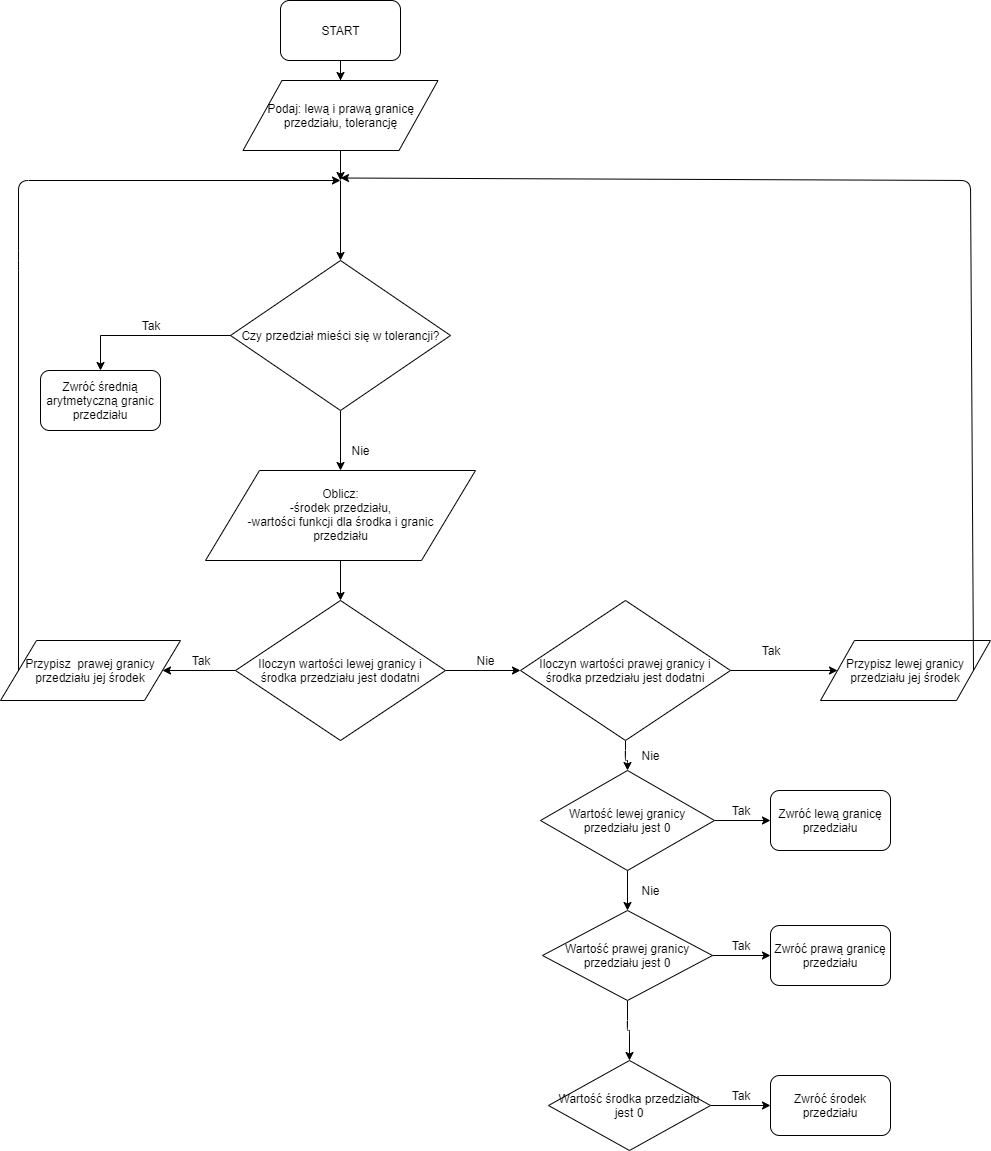
finloop/biselect keeps this draw.io diagram as Bisekcja.png. Above is the earlier version. Source tidied: cells renumbered, new cells last; positions are measured from the earlier drawing's top-left corner, leaving out a move shared by most shapes. Its diagram source:
```xml
<mxGraphModel>
  <root>
    <mxCell id="0" />
    <mxCell id="1" parent="0" />
    <mxCell id="2" style="edgeStyle=orthogonalEdgeStyle;rounded=0;jettySize=auto;html=1;" parent="1" edge="1" source="3" target="9">
      <mxGeometry relative="1" as="geometry" />
    </mxCell>
    <mxCell id="3" value="Czy przedział mieści się w tolerancji?&lt;br&gt;" style="rhombus;whiteSpace=wrap;html=1;" parent="1" vertex="1">
      <mxGeometry x="230" y="260" width="220" height="150" as="geometry" />
    </mxCell>
    <mxCell id="4" style="edgeStyle=orthogonalEdgeStyle;rounded=0;jettySize=auto;html=1;exitX=0;exitY=0.5;exitDx=0;exitDy=0;entryX=0.5;entryY=0;entryDx=0;entryDy=0;" parent="1" edge="1" source="3" target="6">
      <mxGeometry relative="1" as="geometry">
        <Array as="points">
          <mxPoint x="100" y="335" />
        </Array>
      </mxGeometry>
    </mxCell>
    <mxCell id="5" value="Tak" style="text;html=1;strokeColor=none;fillColor=none;align=center;verticalAlign=middle;whiteSpace=wrap;rounded=0;" parent="1" vertex="1">
      <mxGeometry x="130" y="315" width="40" height="20" as="geometry" />
    </mxCell>
    <mxCell id="6" value="Zwróć średnią arytmetyczną granic przedziału" style="rounded=1;whiteSpace=wrap;html=1;" parent="1" vertex="1">
      <mxGeometry x="40" y="370" width="120" height="60" as="geometry" />
    </mxCell>
    <mxCell id="7" value="Nie&lt;br&gt;" style="text;html=1;strokeColor=none;fillColor=none;align=center;verticalAlign=middle;whiteSpace=wrap;rounded=0;" parent="1" vertex="1">
      <mxGeometry x="340" y="440" width="40" height="20" as="geometry" />
    </mxCell>
    <mxCell id="8" style="edgeStyle=orthogonalEdgeStyle;rounded=0;jettySize=auto;html=1;" parent="1" edge="1" source="9" target="12">
      <mxGeometry relative="1" as="geometry" />
    </mxCell>
    <mxCell id="9" value="Oblicz:&lt;br&gt;-środek przedziału,&lt;br&gt;-wartości funkcji dla środka i granic &lt;br&gt;przedziału" style="shape=parallelogram;perimeter=parallelogramPerimeter;whiteSpace=wrap;html=1;" parent="1" vertex="1">
      <mxGeometry x="205" y="470" width="270" height="90" as="geometry" />
    </mxCell>
    <mxCell id="10" style="edgeStyle=orthogonalEdgeStyle;rounded=0;jettySize=auto;html=1;entryX=1;entryY=0.5;entryDx=0;entryDy=0;" parent="1" edge="1" source="12" target="19">
      <mxGeometry relative="1" as="geometry" />
    </mxCell>
    <mxCell id="11" style="edgeStyle=orthogonalEdgeStyle;rounded=0;jettySize=auto;html=1;" parent="1" edge="1" source="12" target="15">
      <mxGeometry relative="1" as="geometry" />
    </mxCell>
    <mxCell id="12" value="Iloczyn wartości lewej granicy i &lt;br&gt;środka przedziału jest dodatni" style="rhombus;whiteSpace=wrap;html=1;" parent="1" vertex="1">
      <mxGeometry x="235" y="600" width="210" height="140" as="geometry" />
    </mxCell>
    <mxCell id="13" style="edgeStyle=orthogonalEdgeStyle;jettySize=auto;html=1;entryX=0;entryY=0.5;entryDx=0;entryDy=0;rounded=1;jumpSize=2;" parent="1" edge="1" source="15" target="20">
      <mxGeometry relative="1" as="geometry" />
    </mxCell>
    <mxCell id="14" style="edgeStyle=orthogonalEdgeStyle;rounded=1;jumpSize=2;jettySize=auto;html=1;entryX=0.5;entryY=0;entryDx=0;entryDy=0;" parent="1" edge="1" source="15" target="26">
      <mxGeometry relative="1" as="geometry" />
    </mxCell>
    <mxCell id="15" value="Iloczyn wartości prawej granicy i &lt;br&gt;środka przedziału jest dodatni" style="rhombus;whiteSpace=wrap;html=1;" parent="1" vertex="1">
      <mxGeometry x="520" y="600" width="210" height="140" as="geometry" />
    </mxCell>
    <mxCell id="16" value="Tak" style="text;html=1;strokeColor=none;fillColor=none;align=center;verticalAlign=middle;whiteSpace=wrap;rounded=0;" parent="1" vertex="1">
      <mxGeometry x="180" y="650" width="40" height="20" as="geometry" />
    </mxCell>
    <mxCell id="17" value="Nie" style="text;html=1;strokeColor=none;fillColor=none;align=center;verticalAlign=middle;whiteSpace=wrap;rounded=0;" parent="1" vertex="1">
      <mxGeometry x="465" y="650" width="40" height="20" as="geometry" />
    </mxCell>
    <mxCell id="18" value="Tak&lt;br&gt;" style="text;html=1;strokeColor=none;fillColor=none;align=center;verticalAlign=middle;whiteSpace=wrap;rounded=0;" parent="1" vertex="1">
      <mxGeometry x="750" y="640" width="40" height="20" as="geometry" />
    </mxCell>
    <mxCell id="19" value="Przypisz&amp;nbsp; prawej granicy przedziału jej środek" style="shape=parallelogram;perimeter=parallelogramPerimeter;whiteSpace=wrap;html=1;" parent="1" vertex="1">
      <mxGeometry y="640" width="180" height="60" as="geometry" />
    </mxCell>
    <mxCell id="20" value="&lt;span style=&quot;white-space: normal&quot;&gt;Przypisz lewej granicy przedziału jej środek&lt;/span&gt;" style="shape=parallelogram;perimeter=parallelogramPerimeter;whiteSpace=wrap;html=1;" parent="1" vertex="1">
      <mxGeometry x="820" y="640" width="170" height="60" as="geometry" />
    </mxCell>
    <mxCell id="21" style="endArrow=classic;html=1;exitX=0;exitY=0.5;exitDx=0;exitDy=0;" parent="1" edge="1" source="19">
      <mxGeometry relative="1" as="geometry">
        <mxPoint x="340" y="180" as="targetPoint" />
        <Array as="points">
          <mxPoint x="18" y="260" />
          <mxPoint x="18" y="180" />
        </Array>
      </mxGeometry>
    </mxCell>
    <mxCell id="22" style="endArrow=classic;html=1;entryX=0.5;entryY=0;entryDx=0;entryDy=0;" parent="1" edge="1" target="3">
      <mxGeometry relative="1" as="geometry">
        <mxPoint x="340" y="180" as="sourcePoint" />
      </mxGeometry>
    </mxCell>
    <mxCell id="23" style="endArrow=classic;html=1;exitX=1;exitY=0.5;exitDx=0;exitDy=0;" parent="1" edge="1" source="20">
      <mxGeometry relative="1" as="geometry">
        <mxPoint x="340" y="177.5" as="targetPoint" />
        <Array as="points">
          <mxPoint x="970" y="180" />
        </Array>
      </mxGeometry>
    </mxCell>
    <mxCell id="24" style="edgeStyle=orthogonalEdgeStyle;rounded=1;jumpSize=2;jettySize=auto;html=1;entryX=0;entryY=0.5;entryDx=0;entryDy=0;" parent="1" edge="1" source="26" target="27">
      <mxGeometry relative="1" as="geometry" />
    </mxCell>
    <mxCell id="25" style="edgeStyle=orthogonalEdgeStyle;rounded=1;jumpSize=2;jettySize=auto;html=1;entryX=0.5;entryY=0;entryDx=0;entryDy=0;" parent="1" edge="1" source="26" target="31">
      <mxGeometry relative="1" as="geometry" />
    </mxCell>
    <mxCell id="26" value="Wartość lewej granicy przedziału jest 0" style="rhombus;whiteSpace=wrap;html=1;" parent="1" vertex="1">
      <mxGeometry x="540" y="770" width="174" height="100" as="geometry" />
    </mxCell>
    <mxCell id="27" value="Zwróć lewą granicę przedziału" style="rounded=1;whiteSpace=wrap;html=1;" parent="1" vertex="1">
      <mxGeometry x="770" y="790" width="120" height="60" as="geometry" />
    </mxCell>
    <mxCell id="28" value="Tak" style="text;html=1;strokeColor=none;fillColor=none;align=center;verticalAlign=middle;whiteSpace=wrap;rounded=0;" parent="1" vertex="1">
      <mxGeometry x="720" y="800" width="40" height="20" as="geometry" />
    </mxCell>
    <mxCell id="29" style="edgeStyle=orthogonalEdgeStyle;rounded=1;jumpSize=2;jettySize=auto;html=1;" parent="1" edge="1" source="31" target="33">
      <mxGeometry relative="1" as="geometry" />
    </mxCell>
    <mxCell id="30" style="edgeStyle=orthogonalEdgeStyle;rounded=1;jumpSize=2;jettySize=auto;html=1;entryX=0;entryY=0.5;entryDx=0;entryDy=0;" parent="1" edge="1" source="31" target="36">
      <mxGeometry relative="1" as="geometry" />
    </mxCell>
    <mxCell id="31" value="&lt;span style=&quot;white-space: normal&quot;&gt;Wartość prawej granicy przedziału jest 0&lt;/span&gt;" style="rhombus;whiteSpace=wrap;html=1;" parent="1" vertex="1">
      <mxGeometry x="542" y="910" width="170" height="90" as="geometry" />
    </mxCell>
    <mxCell id="32" style="edgeStyle=orthogonalEdgeStyle;rounded=1;jumpSize=2;jettySize=auto;html=1;" parent="1" edge="1" source="33" target="37">
      <mxGeometry relative="1" as="geometry" />
    </mxCell>
    <mxCell id="33" value="&lt;span style=&quot;white-space: normal&quot;&gt;Wartość środka przedziału jest 0&lt;/span&gt;" style="rhombus;whiteSpace=wrap;html=1;" parent="1" vertex="1">
      <mxGeometry x="548" y="1060" width="162" height="90" as="geometry" />
    </mxCell>
    <mxCell id="34" value="Nie" style="text;html=1;strokeColor=none;fillColor=none;align=center;verticalAlign=middle;whiteSpace=wrap;rounded=0;" parent="1" vertex="1">
      <mxGeometry x="630" y="880" width="40" height="20" as="geometry" />
    </mxCell>
    <mxCell id="35" value="Nie" style="text;html=1;strokeColor=none;fillColor=none;align=center;verticalAlign=middle;whiteSpace=wrap;rounded=0;" parent="1" vertex="1">
      <mxGeometry x="630" y="745" width="40" height="20" as="geometry" />
    </mxCell>
    <mxCell id="36" value="Zwróć prawą granicę przedziału" style="rounded=1;whiteSpace=wrap;html=1;" parent="1" vertex="1">
      <mxGeometry x="770" y="925" width="120" height="60" as="geometry" />
    </mxCell>
    <mxCell id="37" value="Zwróć środek przedziału" style="rounded=1;whiteSpace=wrap;html=1;" parent="1" vertex="1">
      <mxGeometry x="770" y="1075" width="120" height="60" as="geometry" />
    </mxCell>
    <mxCell id="38" value="Tak" style="text;html=1;strokeColor=none;fillColor=none;align=center;verticalAlign=middle;whiteSpace=wrap;rounded=0;" parent="1" vertex="1">
      <mxGeometry x="720" y="935" width="40" height="20" as="geometry" />
    </mxCell>
    <mxCell id="39" value="Tak" style="text;html=1;strokeColor=none;fillColor=none;align=center;verticalAlign=middle;whiteSpace=wrap;rounded=0;" parent="1" vertex="1">
      <mxGeometry x="720" y="1085" width="40" height="20" as="geometry" />
    </mxCell>
    <mxCell id="40" style="edgeStyle=orthogonalEdgeStyle;rounded=0;jettySize=auto;html=1;entryX=0.5;entryY=0;entryDx=0;entryDy=0;" parent="1" edge="1" source="41" target="43">
      <mxGeometry relative="1" as="geometry" />
    </mxCell>
    <mxCell id="41" value="START" style="rounded=1;whiteSpace=wrap;html=1;" parent="1" vertex="1">
      <mxGeometry x="280" width="120" height="60" as="geometry" />
    </mxCell>
    <mxCell id="42" style="edgeStyle=orthogonalEdgeStyle;rounded=0;jettySize=auto;html=1;" parent="1" edge="1" source="43">
      <mxGeometry relative="1" as="geometry">
        <mxPoint x="340" y="180" as="targetPoint" />
      </mxGeometry>
    </mxCell>
    <mxCell id="43" value="Podaj: lewą i prawą granicę przedziału, tolerancję" style="shape=parallelogram;perimeter=parallelogramPerimeter;whiteSpace=wrap;html=1;" parent="1" vertex="1">
      <mxGeometry x="242.5" y="80" width="195" height="70" as="geometry" />
    </mxCell>
  </root>
</mxGraphModel>
```
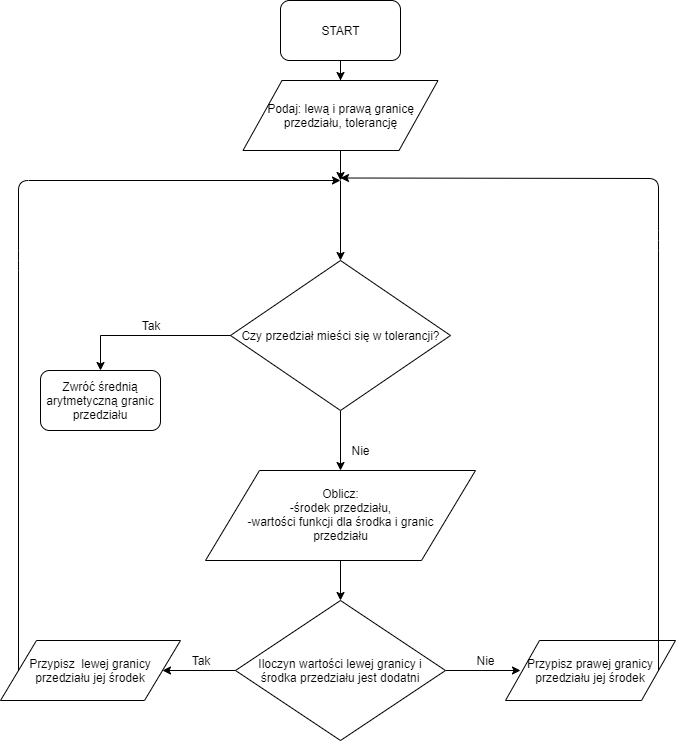
After the commit.

What changed in the source:
```diff
@@ -33,35 +33,25 @@
     <mxCell id="10" style="edgeStyle=orthogonalEdgeStyle;rounded=0;jettySize=auto;html=1;entryX=1;entryY=0.5;entryDx=0;entryDy=0;" parent="1" edge="1" source="12" target="19">
       <mxGeometry relative="1" as="geometry" />
     </mxCell>
-    <mxCell id="11" style="edgeStyle=orthogonalEdgeStyle;rounded=0;jettySize=auto;html=1;" parent="1" edge="1" source="12" target="15">
-      <mxGeometry relative="1" as="geometry" />
+    <mxCell id="11" style="edgeStyle=orthogonalEdgeStyle;rounded=0;jettySize=auto;html=1;" parent="1" edge="1" source="12">
+      <mxGeometry relative="1" as="geometry">
+        <mxPoint x="520" y="670" as="targetPoint" />
+      </mxGeometry>
     </mxCell>
     <mxCell id="12" value="Iloczyn wartości lewej granicy i &lt;br&gt;środka przedziału jest dodatni" style="rhombus;whiteSpace=wrap;html=1;" parent="1" vertex="1">
       <mxGeometry x="235" y="600" width="210" height="140" as="geometry" />
     </mxCell>
-    <mxCell id="13" style="edgeStyle=orthogonalEdgeStyle;jettySize=auto;html=1;entryX=0;entryY=0.5;entryDx=0;entryDy=0;rounded=1;jumpSize=2;" parent="1" edge="1" source="15" target="20">
-      <mxGeometry relative="1" as="geometry" />
-    </mxCell>
-    <mxCell id="14" style="edgeStyle=orthogonalEdgeStyle;rounded=1;jumpSize=2;jettySize=auto;html=1;entryX=0.5;entryY=0;entryDx=0;entryDy=0;" parent="1" edge="1" source="15" target="26">
-      <mxGeometry relative="1" as="geometry" />
-    </mxCell>
-    <mxCell id="15" value="Iloczyn wartości prawej granicy i &lt;br&gt;środka przedziału jest dodatni" style="rhombus;whiteSpace=wrap;html=1;" parent="1" vertex="1">
-      <mxGeometry x="520" y="600" width="210" height="140" as="geometry" />
-    </mxCell>
     <mxCell id="16" value="Tak" style="text;html=1;strokeColor=none;fillColor=none;align=center;verticalAlign=middle;whiteSpace=wrap;rounded=0;" parent="1" vertex="1">
       <mxGeometry x="180" y="650" width="40" height="20" as="geometry" />
     </mxCell>
     <mxCell id="17" value="Nie" style="text;html=1;strokeColor=none;fillColor=none;align=center;verticalAlign=middle;whiteSpace=wrap;rounded=0;" parent="1" vertex="1">
       <mxGeometry x="465" y="650" width="40" height="20" as="geometry" />
     </mxCell>
-    <mxCell id="18" value="Tak&lt;br&gt;" style="text;html=1;strokeColor=none;fillColor=none;align=center;verticalAlign=middle;whiteSpace=wrap;rounded=0;" parent="1" vertex="1">
-      <mxGeometry x="750" y="640" width="40" height="20" as="geometry" />
-    </mxCell>
-    <mxCell id="19" value="Przypisz&amp;nbsp; prawej granicy przedziału jej środek" style="shape=parallelogram;perimeter=parallelogramPerimeter;whiteSpace=wrap;html=1;" parent="1" vertex="1">
+    <mxCell id="19" value="Przypisz&amp;nbsp; lewej granicy przedziału jej środek" style="shape=parallelogram;perimeter=parallelogramPerimeter;whiteSpace=wrap;html=1;" parent="1" vertex="1">
       <mxGeometry y="640" width="180" height="60" as="geometry" />
     </mxCell>
-    <mxCell id="20" value="&lt;span style=&quot;white-space: normal&quot;&gt;Przypisz lewej granicy przedziału jej środek&lt;/span&gt;" style="shape=parallelogram;perimeter=parallelogramPerimeter;whiteSpace=wrap;html=1;" parent="1" vertex="1">
-      <mxGeometry x="820" y="640" width="170" height="60" as="geometry" />
+    <mxCell id="20" value="&lt;span style=&quot;white-space: normal&quot;&gt;Przypisz prawej granicy przedziału jej środek&lt;/span&gt;" style="shape=parallelogram;perimeter=parallelogramPerimeter;whiteSpace=wrap;html=1;" parent="1" vertex="1">
+      <mxGeometry x="505" y="640" width="170" height="60" as="geometry" />
     </mxCell>
     <mxCell id="21" style="endArrow=classic;html=1;exitX=0;exitY=0.5;exitDx=0;exitDy=0;" parent="1" edge="1" source="19">
       <mxGeometry relative="1" as="geometry">
@@ -81,58 +71,11 @@
       <mxGeometry relative="1" as="geometry">
         <mxPoint x="340" y="177.5" as="targetPoint" />
         <Array as="points">
-          <mxPoint x="970" y="180" />
+          <mxPoint x="658" y="240" />
+          <mxPoint x="658" y="178" />
         </Array>
       </mxGeometry>
     </mxCell>
-    <mxCell id="24" style="edgeStyle=orthogonalEdgeStyle;rounded=1;jumpSize=2;jettySize=auto;html=1;entryX=0;entryY=0.5;entryDx=0;entryDy=0;" parent="1" edge="1" source="26" target="27">
-      <mxGeometry relative="1" as="geometry" />
-    </mxCell>
-    <mxCell id="25" style="edgeStyle=orthogonalEdgeStyle;rounded=1;jumpSize=2;jettySize=auto;html=1;entryX=0.5;entryY=0;entryDx=0;entryDy=0;" parent="1" edge="1" source="26" target="31">
-      <mxGeometry relative="1" as="geometry" />
-    </mxCell>
-    <mxCell id="26" value="Wartość lewej granicy przedziału jest 0" style="rhombus;whiteSpace=wrap;html=1;" parent="1" vertex="1">
-      <mxGeometry x="540" y="770" width="174" height="100" as="geometry" />
-    </mxCell>
-    <mxCell id="27" value="Zwróć lewą granicę przedziału" style="rounded=1;whiteSpace=wrap;html=1;" parent="1" vertex="1">
-      <mxGeometry x="770" y="790" width="120" height="60" as="geometry" />
-    </mxCell>
-    <mxCell id="28" value="Tak" style="text;html=1;strokeColor=none;fillColor=none;align=center;verticalAlign=middle;whiteSpace=wrap;rounded=0;" parent="1" vertex="1">
-      <mxGeometry x="720" y="800" width="40" height="20" as="geometry" />
-    </mxCell>
-    <mxCell id="29" style="edgeStyle=orthogonalEdgeStyle;rounded=1;jumpSize=2;jettySize=auto;html=1;" parent="1" edge="1" source="31" target="33">
-      <mxGeometry relative="1" as="geometry" />
-    </mxCell>
-    <mxCell id="30" style="edgeStyle=orthogonalEdgeStyle;rounded=1;jumpSize=2;jettySize=auto;html=1;entryX=0;entryY=0.5;entryDx=0;entryDy=0;" parent="1" edge="1" source="31" target="36">
-      <mxGeometry relative="1" as="geometry" />
-    </mxCell>
-    <mxCell id="31" value="&lt;span style=&quot;white-space: normal&quot;&gt;Wartość prawej granicy przedziału jest 0&lt;/span&gt;" style="rhombus;whiteSpace=wrap;html=1;" parent="1" vertex="1">
-      <mxGeometry x="542" y="910" width="170" height="90" as="geometry" />
-    </mxCell>
-    <mxCell id="32" style="edgeStyle=orthogonalEdgeStyle;rounded=1;jumpSize=2;jettySize=auto;html=1;" parent="1" edge="1" source="33" target="37">
-      <mxGeometry relative="1" as="geometry" />
-    </mxCell>
-    <mxCell id="33" value="&lt;span style=&quot;white-space: normal&quot;&gt;Wartość środka przedziału jest 0&lt;/span&gt;" style="rhombus;whiteSpace=wrap;html=1;" parent="1" vertex="1">
-      <mxGeometry x="548" y="1060" width="162" height="90" as="geometry" />
-    </mxCell>
-    <mxCell id="34" value="Nie" style="text;html=1;strokeColor=none;fillColor=none;align=center;verticalAlign=middle;whiteSpace=wrap;rounded=0;" parent="1" vertex="1">
-      <mxGeometry x="630" y="880" width="40" height="20" as="geometry" />
-    </mxCell>
-    <mxCell id="35" value="Nie" style="text;html=1;strokeColor=none;fillColor=none;align=center;verticalAlign=middle;whiteSpace=wrap;rounded=0;" parent="1" vertex="1">
-      <mxGeometry x="630" y="745" width="40" height="20" as="geometry" />
-    </mxCell>
-    <mxCell id="36" value="Zwróć prawą granicę przedziału" style="rounded=1;whiteSpace=wrap;html=1;" parent="1" vertex="1">
-      <mxGeometry x="770" y="925" width="120" height="60" as="geometry" />
-    </mxCell>
-    <mxCell id="37" value="Zwróć środek przedziału" style="rounded=1;whiteSpace=wrap;html=1;" parent="1" vertex="1">
-      <mxGeometry x="770" y="1075" width="120" height="60" as="geometry" />
-    </mxCell>
-    <mxCell id="38" value="Tak" style="text;html=1;strokeColor=none;fillColor=none;align=center;verticalAlign=middle;whiteSpace=wrap;rounded=0;" parent="1" vertex="1">
-      <mxGeometry x="720" y="935" width="40" height="20" as="geometry" />
-    </mxCell>
-    <mxCell id="39" value="Tak" style="text;html=1;strokeColor=none;fillColor=none;align=center;verticalAlign=middle;whiteSpace=wrap;rounded=0;" parent="1" vertex="1">
-      <mxGeometry x="720" y="1085" width="40" height="20" as="geometry" />
-    </mxCell>
     <mxCell id="40" style="edgeStyle=orthogonalEdgeStyle;rounded=0;jettySize=auto;html=1;entryX=0.5;entryY=0;entryDx=0;entryDy=0;" parent="1" edge="1" source="41" target="43">
       <mxGeometry relative="1" as="geometry" />
     </mxCell>
```
